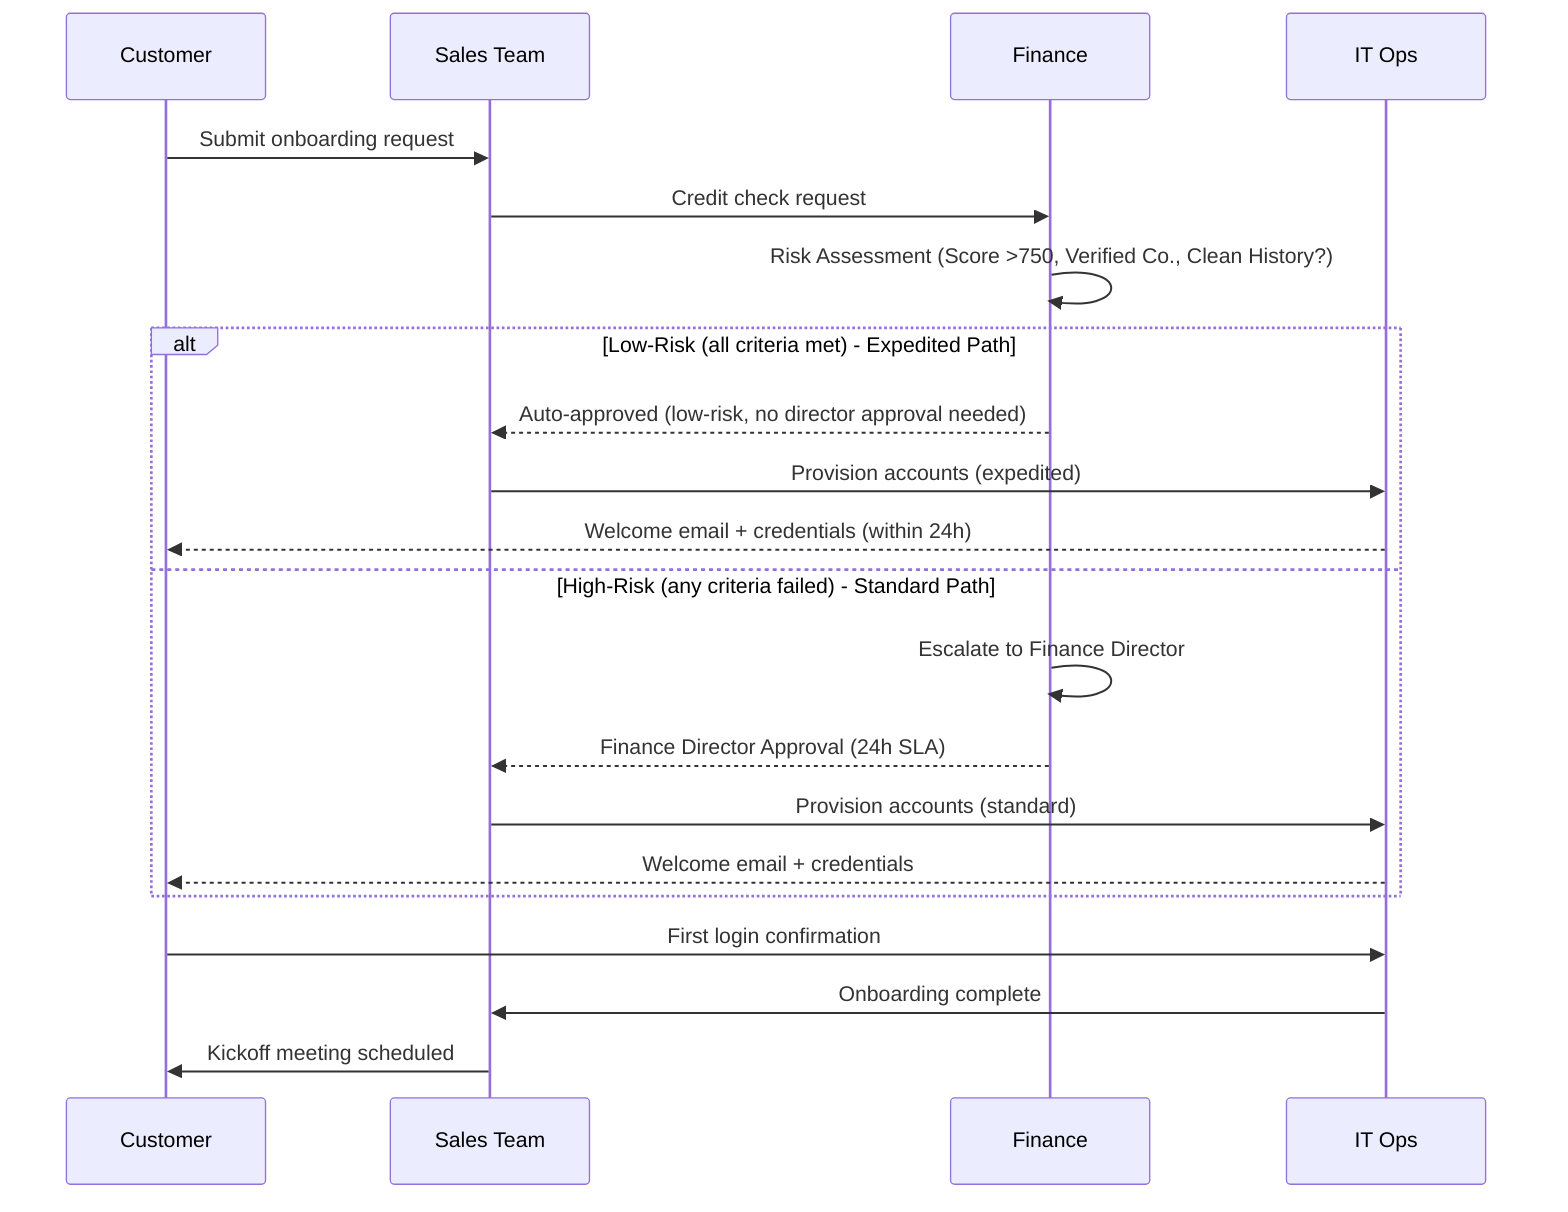
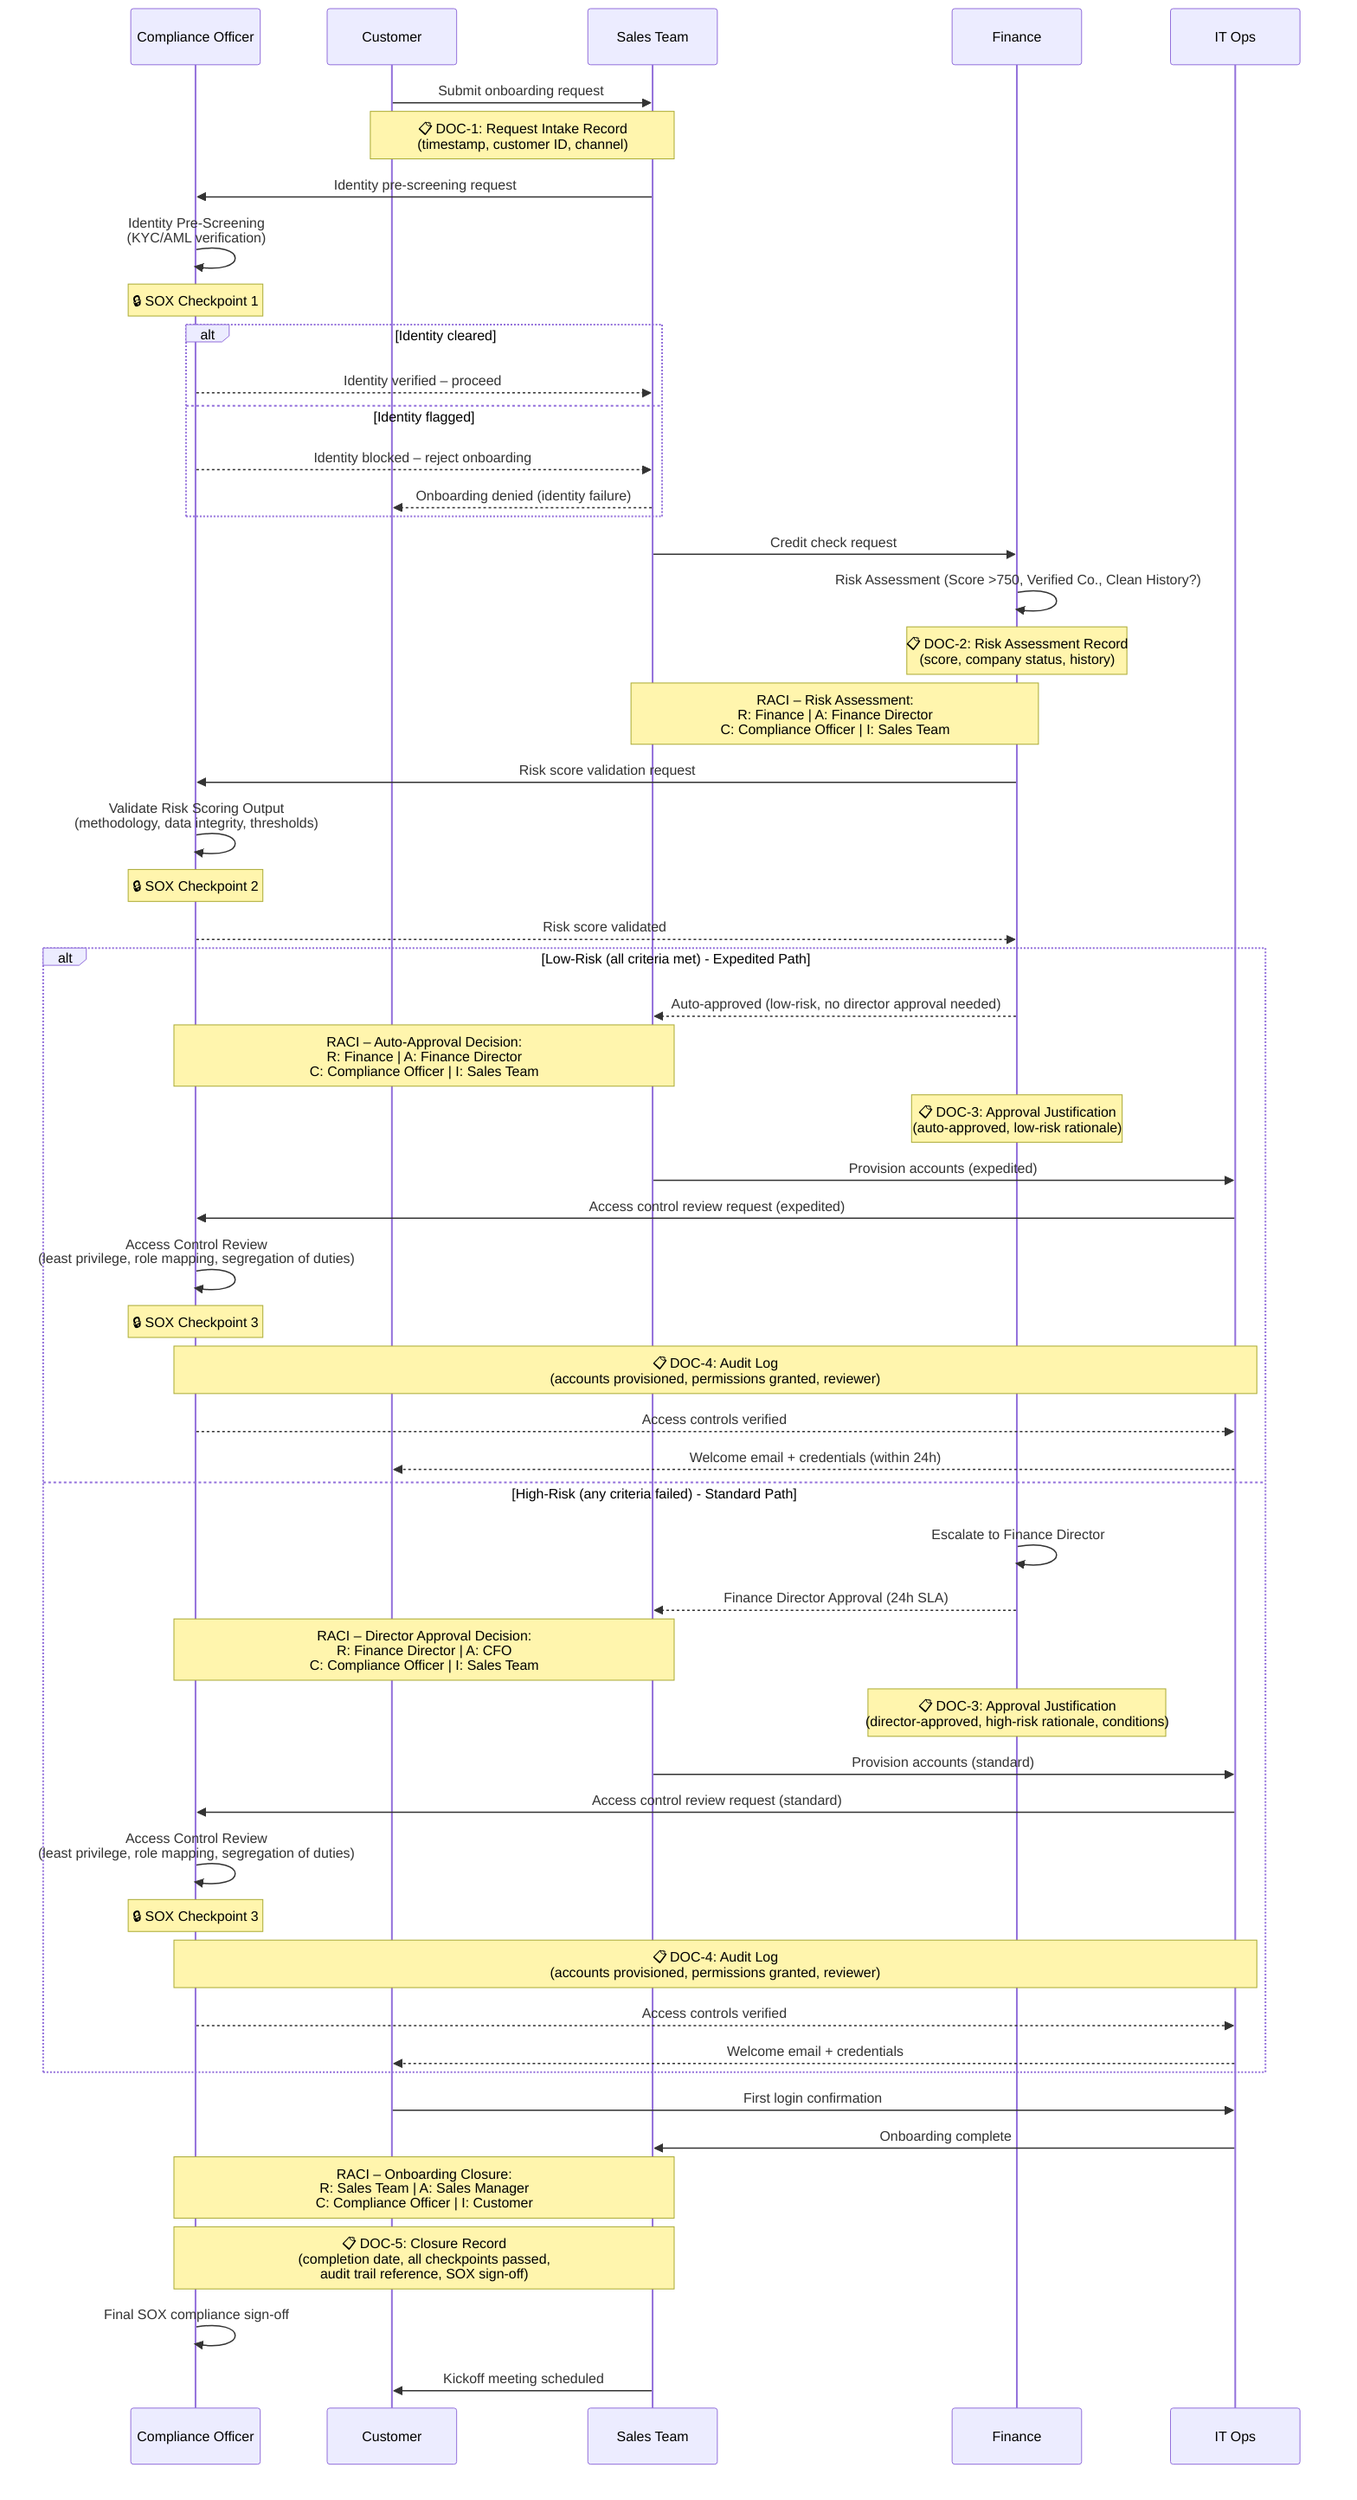
sequenceDiagram
+     participant CO as Compliance Officer
    participant C as Customer
    participant S as Sales Team
    participant F as Finance
    participant IT as IT Ops

+     %% ⚡ CHANGED SECTION - SOX Doc Gate 1: Request Intake Record
    C->>S: Submit onboarding request
+     Note over C,S: 📋 DOC-1: Request Intake Record<br/>(timestamp, customer ID, channel)
+     %% ⚡ END CHANGED SECTION
+ 
+     %% ⚡ CHANGED SECTION - Compliance identity pre-screening before credit check
+     S->>CO: Identity pre-screening request
+     CO->>CO: Identity Pre-Screening<br/>(KYC/AML verification)
+     Note over CO: 🔒 SOX Checkpoint 1
+     alt Identity cleared
+         CO-->>S: Identity verified – proceed
+     else Identity flagged
+         CO-->>S: Identity blocked – reject onboarding
+         S-->>C: Onboarding denied (identity failure)
+     end
+     %% ⚡ END CHANGED SECTION
+ 
    S->>F: Credit check request

-     %% ⚡ CHANGED SECTION - Risk assessment and expedited path
+     %% ⚡ CHANGED SECTION - Risk assessment with RACI annotation + Doc Gate 2
    F->>F: Risk Assessment (Score >750, Verified Co., Clean History?)
+     Note over F: 📋 DOC-2: Risk Assessment Record<br/>(score, company status, history)
+     Note over S,F: RACI – Risk Assessment:<br/>R: Finance | A: Finance Director<br/>C: Compliance Officer | I: Sales Team
+     %% ⚡ END CHANGED SECTION
+ 
+     %% ⚡ CHANGED SECTION - Compliance validation of risk scoring output
+     F->>CO: Risk score validation request
+     CO->>CO: Validate Risk Scoring Output<br/>(methodology, data integrity, thresholds)
+     Note over CO: 🔒 SOX Checkpoint 2
+     CO-->>F: Risk score validated
+     %% ⚡ END CHANGED SECTION

    alt Low-Risk (all criteria met) - Expedited Path
        F-->>S: Auto-approved (low-risk, no director approval needed)
+ 
+         %% ⚡ CHANGED SECTION - RACI for auto-approval + Doc Gate 3
+         Note over S,CO: RACI – Auto-Approval Decision:<br/>R: Finance | A: Finance Director<br/>C: Compliance Officer | I: Sales Team
+         Note over F: 📋 DOC-3: Approval Justification<br/>(auto-approved, low-risk rationale)
+         %% ⚡ END CHANGED SECTION
+ 
        S->>IT: Provision accounts (expedited)
+ 
+         %% ⚡ CHANGED SECTION - Compliance access control review after provisioning
+         IT->>CO: Access control review request (expedited)
+         CO->>CO: Access Control Review<br/>(least privilege, role mapping, segregation of duties)
+         Note over CO: 🔒 SOX Checkpoint 3
+         Note over IT,CO: 📋 DOC-4: Audit Log<br/>(accounts provisioned, permissions granted, reviewer)
+         CO-->>IT: Access controls verified
+         %% ⚡ END CHANGED SECTION
+ 
        IT-->>C: Welcome email + credentials (within 24h)
+ 
    else High-Risk (any criteria failed) - Standard Path
        F->>F: Escalate to Finance Director
        F-->>S: Finance Director Approval (24h SLA)
+ 
+         %% ⚡ CHANGED SECTION - RACI for director approval + Doc Gate 3
+         Note over S,CO: RACI – Director Approval Decision:<br/>R: Finance Director | A: CFO<br/>C: Compliance Officer | I: Sales Team
+         Note over F: 📋 DOC-3: Approval Justification<br/>(director-approved, high-risk rationale, conditions)
+         %% ⚡ END CHANGED SECTION
+ 
        S->>IT: Provision accounts (standard)
+ 
+         %% ⚡ CHANGED SECTION - Compliance access control review after provisioning
+         IT->>CO: Access control review request (standard)
+         CO->>CO: Access Control Review<br/>(least privilege, role mapping, segregation of duties)
+         Note over CO: 🔒 SOX Checkpoint 3
+         Note over IT,CO: 📋 DOC-4: Audit Log<br/>(accounts provisioned, permissions granted, reviewer)
+         CO-->>IT: Access controls verified
+         %% ⚡ END CHANGED SECTION
+ 
        IT-->>C: Welcome email + credentials
    end
-     %% ⚡ END CHANGED SECTION

    C->>IT: First login confirmation
    IT->>S: Onboarding complete
+ 
+     %% ⚡ CHANGED SECTION - RACI for onboarding closure + Doc Gate 5
+     Note over S,CO: RACI – Onboarding Closure:<br/>R: Sales Team | A: Sales Manager<br/>C: Compliance Officer | I: Customer
+     Note over S,CO: 📋 DOC-5: Closure Record<br/>(completion date, all checkpoints passed,<br/>audit trail reference, SOX sign-off)
+     CO->>CO: Final SOX compliance sign-off
+     %% ⚡ END CHANGED SECTION
+ 
    S->>C: Kickoff meeting scheduled

%% EXPLANATION:
- %% Added a risk assessment step within Finance that evaluates three criteria (credit score >750, verified company status, clean payment history). Introduced an alt/else block: low-risk customers matching all criteria receive automatic approval and proceed directly to expedited account provisioning, while high-risk customers are escalated to the Finance Director for approval through the existing workflow. All original post-provisioning steps (first login, onboarding complete, kickoff meeting) remain shared across both paths.+ %% Added a Compliance Officer participant positioned at the top of the diagram with three SOX checkpoints: (1) an identity pre-screening gate before the credit check that can block onboarding for KYC/AML failures, (2) a risk scoring validation step after Finance completes its assessment to verify methodology and data integrity, and (3) an access control review after account provisioning in both the expedited and standard paths to enforce least-privilege and segregation of duties. Five documentation gates were added as notes attached to their source interactions: DOC-1 at request intake, DOC-2 at risk assessment output, DOC-3 at approval justification (in both paths), DOC-4 as audit logs after provisioning, and DOC-5 as a closure record with final SOX sign-off. RACI annotations were added at every major decision point (risk assessment, auto-approval, director approval, and onboarding closure). All original business logic—the risk-based routing, expedited vs. standard paths, and post-provisioning steps—remains unchanged.